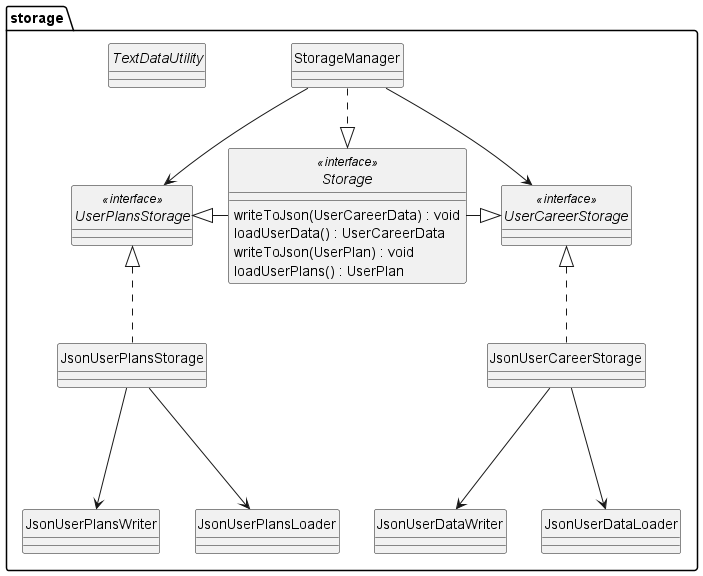
nus-cs2113-AY2223S2/tp keeps this PlantUML diagram as docs/UML/Images/Storage.png. Above is the earlier version. Source of this version:
```plantuml
@startuml
skinparam classAttributeIconSize 0
hide circle

class storage.StorageManager {
}
interface storage.Storage <<interface>> {
writeToJson(UserCareerData) : void
loadUserData() : UserCareerData


writeToJson(UserPlan) : void
loadUserPlans() : UserPlan
}
class storage.JsonUserPlansStorage {

}
interface storage.UserPlansStorage <<interface>> {

}

class storage.JsonUserCareerStorage {
}
abstract class storage.TextDataUtility {
}
class storage.JsonUserPlansWriter {
}
interface storage.UserCareerStorage <<interface>> {
}
class storage.JsonUserDataWriter {
}
class storage.JsonUserPlansLoader {
}
class storage.JsonUserDataLoader {
}

storage.StorageManager .d.|> storage.Storage
storage.StorageManager --> storage.UserCareerStorage
storage.StorageManager --> storage.UserPlansStorage
storage.UserCareerStorage <|-l- storage.Storage
storage.UserPlansStorage <|-r- storage.Storage
storage.UserPlansStorage <|.. storage.JsonUserPlansStorage

storage.UserCareerStorage <|.. storage.JsonUserCareerStorage

storage.JsonUserCareerStorage -d--> storage.JsonUserDataLoader
storage.JsonUserCareerStorage -d--> storage.JsonUserDataWriter
storage.JsonUserPlansStorage -d--> storage.JsonUserPlansLoader
storage.JsonUserPlansStorage -d--> storage.JsonUserPlansWriter

@enduml
```
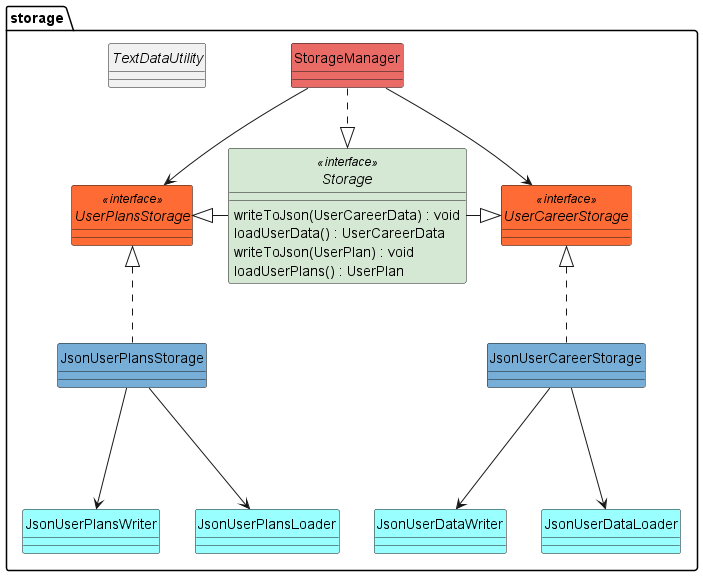
The same file after the commit.

What changed in the source:
```diff
@@ -1,10 +1,10 @@
 @startuml
 skinparam classAttributeIconSize 0
 hide circle
-
-class storage.StorageManager {
+!include style.puml
+class storage.StorageManager MAIN_COLOUR {
 }
-interface storage.Storage <<interface>> {
+interface storage.Storage <<interface>> STORAGE_COLOUR {
 writeToJson(UserCareerData) : void
 loadUserData() : UserCareerData
 
@@ -12,26 +12,26 @@
 writeToJson(UserPlan) : void
 loadUserPlans() : UserPlan
 }
-class storage.JsonUserPlansStorage {
+class storage.JsonUserPlansStorage LAPIS {
 
 }
-interface storage.UserPlansStorage <<interface>> {
+interface storage.UserPlansStorage <<interface>> ORANGE {
 
 }
 
-class storage.JsonUserCareerStorage {
+class storage.JsonUserCareerStorage LAPIS {
 }
 abstract class storage.TextDataUtility {
 }
-class storage.JsonUserPlansWriter {
+class storage.JsonUserPlansWriter DATA_COLOUR {
 }
-interface storage.UserCareerStorage <<interface>> {
+interface storage.UserCareerStorage <<interface>> ORANGE {
 }
-class storage.JsonUserDataWriter {
+class storage.JsonUserDataWriter DATA_COLOUR {
 }
-class storage.JsonUserPlansLoader {
+class storage.JsonUserPlansLoader DATA_COLOUR {
 }
-class storage.JsonUserDataLoader {
+class storage.JsonUserDataLoader DATA_COLOUR {
 }
 
 storage.StorageManager .d.|> storage.Storage
```
